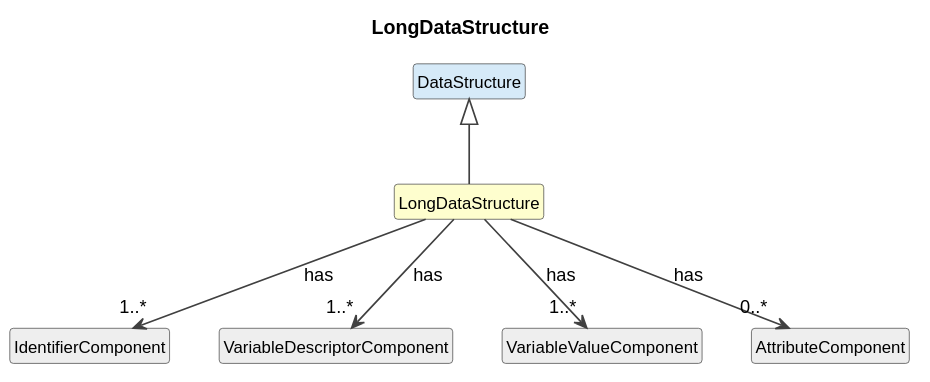
This is cdif-uml-model/_plantuml/cdifDataStructure/Classes/LongDataStructure.svg from Cross-Domain-Interoperability-Framework/metadataBuildingBlocks, a PlantUML export, as it was before one commit.
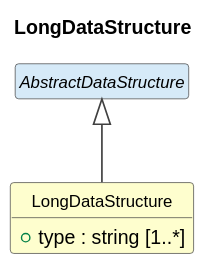
The same file after the commit.

Change to the diagram source:
```diff
@@ -10,15 +10,9 @@
   FontSize 12
 }
 
-class "LongDataStructure" as LongDataStructure #FEFECE
-class "DataStructure" as DataStructure #D6EAF8
-DataStructure <|-- LongDataStructure
-class "IdentifierComponent" as IdentifierComponent #EEEEEE
-LongDataStructure --> "1..*" IdentifierComponent : has
-class "VariableDescriptorComponent" as VariableDescriptorComponent #EEEEEE
-LongDataStructure --> "1..*" VariableDescriptorComponent : has
-class "VariableValueComponent" as VariableValueComponent #EEEEEE
-LongDataStructure --> "1..*" VariableValueComponent : has
-class "AttributeComponent" as AttributeComponent #EEEEEE
-LongDataStructure --> "0..*" AttributeComponent : has
+class "LongDataStructure" as LongDataStructure #FEFECE {
+  +type : string [1..*]
+}
+abstract class "AbstractDataStructure" as AbstractDataStructure #D6EAF8
+AbstractDataStructure <|-- LongDataStructure
 @enduml
```
